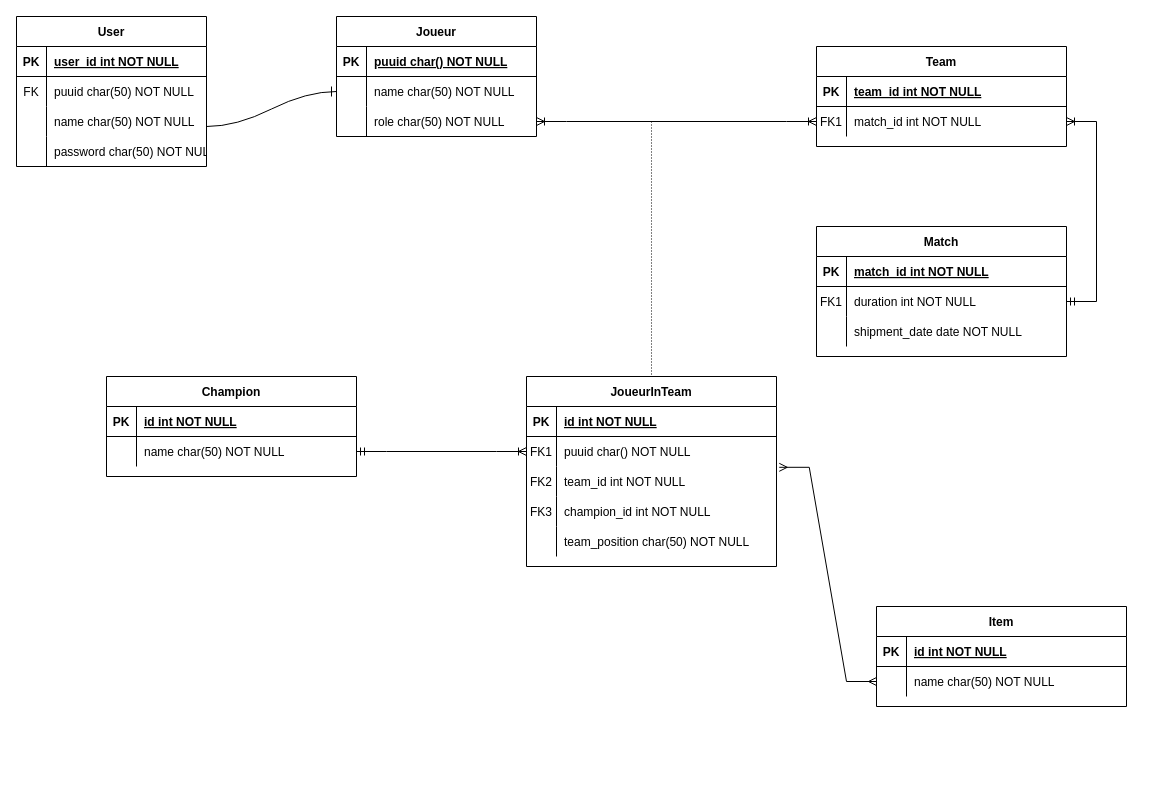
Before: Image Prod/Diagramme de donnees.drawio in Niyo-D-JC/HelpWork, a draw.io diagram. Source tidied: cells renumbered, new cells numbered last; positions are measured from the earlier drawing's top-left corner, leaving out a move shared by most shapes. Both pictures are drawn from the tidied source at 100%, with x=0, y=0 at pixel (16, 16).
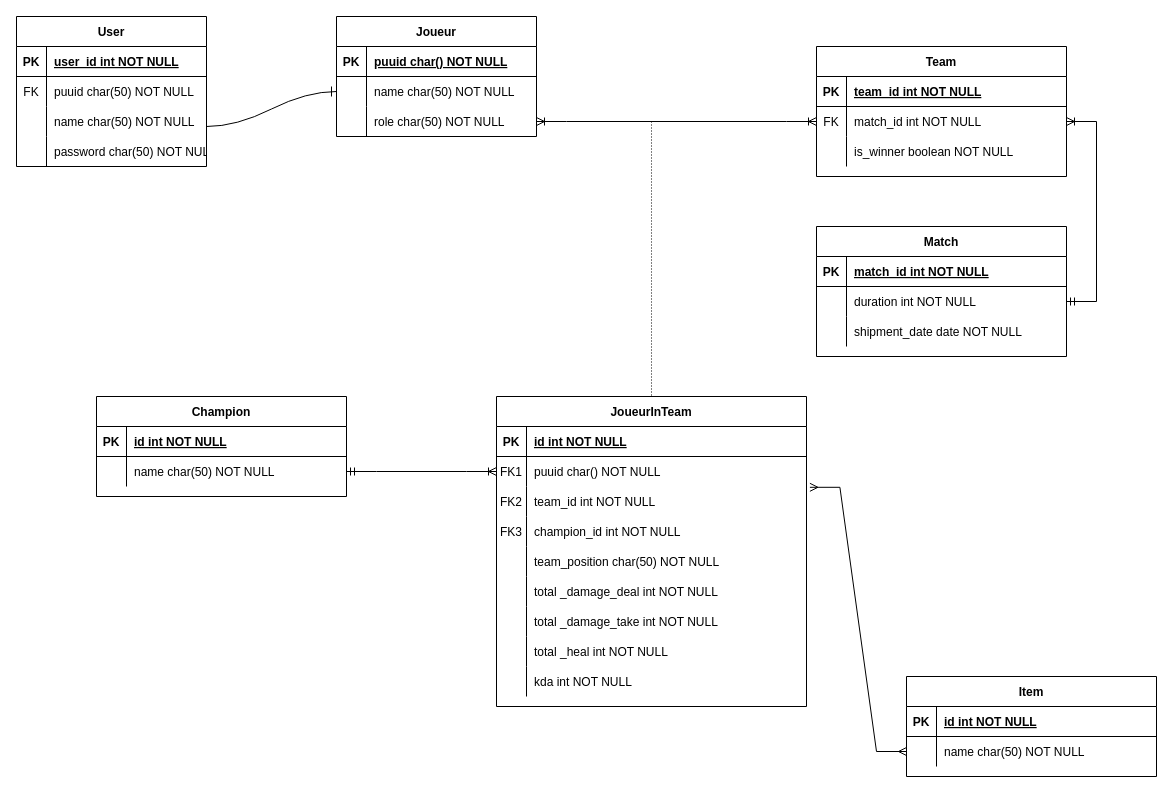
Above is the later version.

Commit message:
Mettre à jour Diagramme de donnees.drawio

The change refers to these unchanged cells:
```xml
<mxCell id="6" style="shape=partialRectangle;fillColor=none;points=[[0,0.5],[1,0.5]];portConstraint=eastwest;top=0;left=0;right=0;bottom=0;" parent="2" vertex="1">
  <mxGeometry y="60" width="250" height="30" as="geometry" />
</mxCell>
<mxCell id="9" value="Match" style="shape=table;startSize=30;childLayout=tableLayout;rowLines=0;fontStyle=1;align=center;" parent="1" vertex="1">
  <mxGeometry x="800" y="210" width="250" height="130" as="geometry" />
</mxCell>
<mxCell id="13" style="shape=partialRectangle;fillColor=none;points=[[0,0.5],[1,0.5]];portConstraint=eastwest;top=0;left=0;right=0;bottom=0;" parent="9" vertex="1">
  <mxGeometry y="60" width="250" height="30" as="geometry" />
</mxCell>
```

The edit, as a diff of the source:
```diff
@@
     <mxCell id="2" value="Team" style="shape=table;startSize=30;childLayout=tableLayout;rowLines=0;fontStyle=1;align=center;" parent="1" vertex="1">
-      <mxGeometry x="800" y="30" width="250" height="100" as="geometry" />
+      <mxGeometry x="800" y="30" width="250" height="130" as="geometry" />
     </mxCell>
@@
-    <mxCell id="7" value="FK1" style="shape=partialRectangle;overflow=hidden;fillColor=none;top=0;left=0;bottom=0;right=0;" parent="6" vertex="1">
+    <mxCell id="7" value="FK" style="shape=partialRectangle;overflow=hidden;fillColor=none;top=0;left=0;bottom=0;right=0;" parent="6" vertex="1">
       <mxGeometry width="30" height="30" as="geometry" />
     </mxCell>
@@
+    <mxCell id="78" style="shape=partialRectangle;fillColor=none;top=0;left=0;right=0;bottom=0;" parent="2" vertex="1">
+      <mxGeometry y="90" width="250" height="30" as="geometry" />
+    </mxCell>
+    <mxCell id="79" style="shape=partialRectangle;overflow=hidden;fillColor=none;top=0;left=0;bottom=0;right=0;" parent="78" vertex="1">
+      <mxGeometry width="30" height="30" as="geometry" />
+    </mxCell>
+    <mxCell id="80" value="is_winner boolean NOT NULL" style="shape=partialRectangle;overflow=hidden;fillColor=none;top=0;left=0;bottom=0;right=0;align=left;spacingLeft=6;" parent="78" vertex="1">
+      <mxGeometry x="30" width="220" height="30" as="geometry" />
+    </mxCell>
@@
-    <mxCell id="14" value="FK1" style="shape=partialRectangle;overflow=hidden;fillColor=none;top=0;left=0;bottom=0;right=0;" parent="13" vertex="1">
+    <mxCell id="14" style="shape=partialRectangle;overflow=hidden;fillColor=none;top=0;left=0;bottom=0;right=0;" parent="13" vertex="1">
       <mxGeometry width="30" height="30" as="geometry" />
     </mxCell>
@@
-    <mxCell id="16" style="shape=partialRectangle;fillColor=none;top=0;left=0;right=0;bottom=0;" parent="9" vertex="1">
-      <mxGeometry y="90" width="250" height="30" as="geometry" />
-    </mxCell>
-    <mxCell id="17" style="shape=partialRectangle;overflow=hidden;fillColor=none;top=0;left=0;bottom=0;right=0;" parent="16" vertex="1">
-      <mxGeometry width="30" height="30" as="geometry" />
-    </mxCell>
+    <mxCell id="81" style="shape=partialRectangle;fillColor=none;top=0;left=0;right=0;bottom=0;" parent="9" vertex="1">
+      <mxGeometry y="90" width="250" height="30" as="geometry" />
+    </mxCell>
+    <mxCell id="82" style="shape=partialRectangle;overflow=hidden;fillColor=none;top=0;left=0;bottom=0;right=0;" parent="81" vertex="1">
+      <mxGeometry width="30" height="30" as="geometry" />
+    </mxCell>
-    <mxCell id="18" value="shipment_date date NOT NULL" style="shape=partialRectangle;overflow=hidden;fillColor=none;top=0;left=0;bottom=0;right=0;align=left;spacingLeft=6;" parent="16" vertex="1">
+    <mxCell id="18" value="shipment_date date NOT NULL" style="shape=partialRectangle;overflow=hidden;fillColor=none;top=0;left=0;bottom=0;right=0;align=left;spacingLeft=6;" parent="81" vertex="1">
       <mxGeometry x="30" width="220" height="30" as="geometry" />
     </mxCell>
@@
     <mxCell id="29" value="Champion" style="shape=table;startSize=30;childLayout=tableLayout;rowLines=0;fontStyle=1;align=center;" parent="1" vertex="1">
-      <mxGeometry x="90" y="360" width="250" height="100" as="geometry" />
+      <mxGeometry x="80" y="380" width="250" height="100" as="geometry" />
     </mxCell>
@@
     <mxCell id="36" value="JoueurInTeam" style="shape=table;startSize=30;childLayout=tableLayout;rowLines=0;fontStyle=1;align=center;" parent="1" vertex="1">
-      <mxGeometry x="510" y="360" width="250" height="190" as="geometry" />
+      <mxGeometry x="480" y="380" width="310" height="310" as="geometry" />
     </mxCell>
     <mxCell id="37" style="shape=partialRectangle;fillColor=none;top=0;left=0;right=0;bottom=1;" parent="36" vertex="1">
-      <mxGeometry y="30" width="250" height="30" as="geometry" />
+      <mxGeometry y="30" width="310" height="30" as="geometry" />
     </mxCell>
@@
     <mxCell id="39" value="id int NOT NULL " style="shape=partialRectangle;overflow=hidden;fillColor=none;top=0;left=0;bottom=0;right=0;align=left;spacingLeft=6;fontStyle=5;" parent="37" vertex="1">
-      <mxGeometry x="30" width="220" height="30" as="geometry" />
+      <mxGeometry x="30" width="280" height="30" as="geometry" />
     </mxCell>
     <mxCell id="40" style="shape=partialRectangle;fillColor=none;points=[[0,0.5],[1,0.5]];portConstraint=eastwest;top=0;left=0;right=0;bottom=0;" parent="36" vertex="1">
-      <mxGeometry y="60" width="250" height="30" as="geometry" />
+      <mxGeometry y="60" width="310" height="30" as="geometry" />
     </mxCell>
@@
     <mxCell id="42" value="puuid char() NOT NULL" style="shape=partialRectangle;overflow=hidden;fillColor=none;top=0;left=0;bottom=0;right=0;align=left;spacingLeft=6;" parent="40" vertex="1">
-      <mxGeometry x="30" width="220" height="30" as="geometry" />
+      <mxGeometry x="30" width="280" height="30" as="geometry" />
     </mxCell>
     <mxCell id="43" style="shape=partialRectangle;fillColor=none;top=0;left=0;right=0;bottom=0;" parent="36" vertex="1">
-      <mxGeometry y="90" width="250" height="30" as="geometry" />
+      <mxGeometry y="90" width="310" height="30" as="geometry" />
     </mxCell>
@@
     <mxCell id="45" value="team_id int NOT NULL" style="shape=partialRectangle;overflow=hidden;fillColor=none;top=0;left=0;bottom=0;right=0;align=left;spacingLeft=6;" parent="43" vertex="1">
-      <mxGeometry x="30" width="220" height="30" as="geometry" />
+      <mxGeometry x="30" width="280" height="30" as="geometry" />
     </mxCell>
     <mxCell id="46" style="shape=partialRectangle;fillColor=none;top=0;left=0;right=0;bottom=0;" parent="36" vertex="1">
-      <mxGeometry y="120" width="250" height="30" as="geometry" />
+      <mxGeometry y="120" width="310" height="30" as="geometry" />
     </mxCell>
@@
     <mxCell id="48" value="champion_id int NOT NULL" style="shape=partialRectangle;overflow=hidden;fillColor=none;top=0;left=0;bottom=0;right=0;align=left;spacingLeft=6;" parent="46" vertex="1">
-      <mxGeometry x="30" width="220" height="30" as="geometry" />
+      <mxGeometry x="30" width="280" height="30" as="geometry" />
     </mxCell>
     <mxCell id="49" style="shape=partialRectangle;fillColor=none;top=0;left=0;right=0;bottom=0;" parent="36" vertex="1">
-      <mxGeometry y="150" width="250" height="30" as="geometry" />
+      <mxGeometry y="150" width="310" height="30" as="geometry" />
     </mxCell>
@@
     <mxCell id="51" value="team_position char(50) NOT NULL" style="shape=partialRectangle;overflow=hidden;fillColor=none;top=0;left=0;bottom=0;right=0;align=left;spacingLeft=6;" parent="49" vertex="1">
-      <mxGeometry x="30" width="220" height="30" as="geometry" />
+      <mxGeometry x="30" width="280" height="30" as="geometry" />
     </mxCell>
+    <mxCell id="83" style="shape=partialRectangle;fillColor=none;top=0;left=0;right=0;bottom=0;" parent="36" vertex="1">
+      <mxGeometry y="180" width="310" height="30" as="geometry" />
+    </mxCell>
+    <mxCell id="84" style="shape=partialRectangle;overflow=hidden;fillColor=none;top=0;left=0;bottom=0;right=0;" parent="83" vertex="1">
+      <mxGeometry width="30" height="30" as="geometry" />
+    </mxCell>
+    <mxCell id="85" value="total _damage_deal int NOT NULL" style="shape=partialRectangle;overflow=hidden;fillColor=none;top=0;left=0;bottom=0;right=0;align=left;spacingLeft=6;" parent="83" vertex="1">
+      <mxGeometry x="30" width="280" height="30" as="geometry" />
+    </mxCell>
+    <mxCell id="86" style="shape=partialRectangle;fillColor=none;top=0;left=0;right=0;bottom=0;" parent="36" vertex="1">
+      <mxGeometry y="210" width="310" height="30" as="geometry" />
+    </mxCell>
+    <mxCell id="87" style="shape=partialRectangle;overflow=hidden;fillColor=none;top=0;left=0;bottom=0;right=0;" parent="86" vertex="1">
+      <mxGeometry width="30" height="30" as="geometry" />
+    </mxCell>
+    <mxCell id="88" value="total _damage_take int NOT NULL" style="shape=partialRectangle;overflow=hidden;fillColor=none;top=0;left=0;bottom=0;right=0;align=left;spacingLeft=6;" parent="86" vertex="1">
+      <mxGeometry x="30" width="280" height="30" as="geometry" />
+    </mxCell>
+    <mxCell id="89" style="shape=partialRectangle;fillColor=none;top=0;left=0;right=0;bottom=0;" parent="36" vertex="1">
+      <mxGeometry y="240" width="310" height="30" as="geometry" />
+    </mxCell>
+    <mxCell id="90" style="shape=partialRectangle;overflow=hidden;fillColor=none;top=0;left=0;bottom=0;right=0;" parent="89" vertex="1">
+      <mxGeometry width="30" height="30" as="geometry" />
+    </mxCell>
+    <mxCell id="91" value="total _heal int NOT NULL" style="shape=partialRectangle;overflow=hidden;fillColor=none;top=0;left=0;bottom=0;right=0;align=left;spacingLeft=6;" parent="89" vertex="1">
+      <mxGeometry x="30" width="280" height="30" as="geometry" />
+    </mxCell>
+    <mxCell id="92" style="shape=partialRectangle;fillColor=none;top=0;left=0;right=0;bottom=0;" parent="36" vertex="1">
+      <mxGeometry y="270" width="310" height="30" as="geometry" />
+    </mxCell>
+    <mxCell id="93" style="shape=partialRectangle;overflow=hidden;fillColor=none;top=0;left=0;bottom=0;right=0;" parent="92" vertex="1">
+      <mxGeometry width="30" height="30" as="geometry" />
+    </mxCell>
+    <mxCell id="94" value="kda int NOT NULL" style="shape=partialRectangle;overflow=hidden;fillColor=none;top=0;left=0;bottom=0;right=0;align=left;spacingLeft=6;" parent="92" vertex="1">
+      <mxGeometry x="30" width="280" height="30" as="geometry" />
+    </mxCell>
     <mxCell id="52" value="Item" style="shape=table;startSize=30;childLayout=tableLayout;rowLines=0;fontStyle=1;align=center;" parent="1" vertex="1">
-      <mxGeometry x="860" y="590" width="250" height="100" as="geometry" />
+      <mxGeometry x="890" y="660" width="250" height="100" as="geometry" />
     </mxCell>
```
